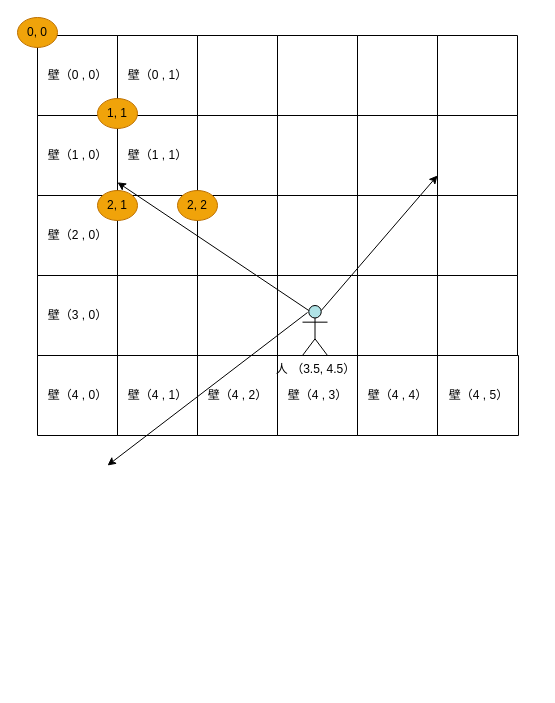
This is page "ページ2" (2 of 2) of cub3d.drawio from shmorish/cub3d, a draw.io file, before an edit. Source tidied: cells renumbered, new cells numbered last; positions are measured from the earlier drawing's top-left corner, leaving out a move shared by most shapes. Both pictures are drawn from the tidied source at 100%, with x=0, y=0 at pixel (17, 17).
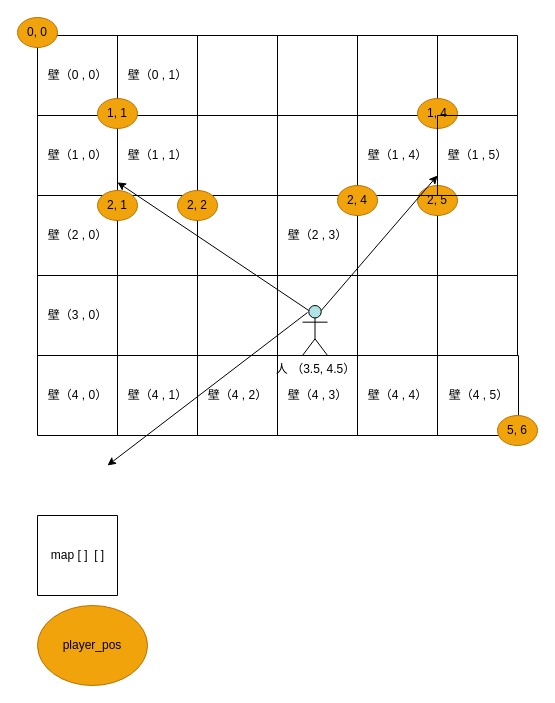
After the change.

The change refers to these unchanged cells:
```xml
<mxCell id="18" style="swimlane;startSize=0;" parent="1" vertex="1">
  <mxGeometry x="260" y="178" width="80" height="80" as="geometry" />
</mxCell>
<mxCell id="26" style="swimlane;startSize=0;" parent="25" vertex="1">
  <mxGeometry y="-80" width="80" height="80" as="geometry" />
</mxCell>
<mxCell id="28" style="swimlane;startSize=0;" parent="1" vertex="1">
  <mxGeometry x="340" y="98" width="80" height="80" as="geometry" />
</mxCell>
<mxCell id="29" style="swimlane;startSize=0;" parent="1" vertex="1">
  <mxGeometry x="420" y="18" width="80" height="80" as="geometry" />
</mxCell>
<mxCell id="30" style="swimlane;startSize=0;" parent="1" vertex="1">
  <mxGeometry x="420" y="98" width="80" height="80" as="geometry" />
</mxCell>
```

The edit, as a diff of the source:
```diff
@@
+    <mxCell id="51" value="壁（2 , 3）" style="text;html=1;align=center;verticalAlign=middle;strokeColor=none;fillColor=none;" parent="18" vertex="1">
+      <mxGeometry y="25" width="80" height="30" as="geometry" />
+    </mxCell>
@@
+    <mxCell id="52" value="2, 5" style="ellipse;whiteSpace=wrap;html=1;fillColor=#f0a30a;fontColor=#000000;strokeColor=#BD7000;" parent="26" vertex="1">
+      <mxGeometry x="-20" y="-10" width="40" height="30" as="geometry" />
+    </mxCell>
@@
+    <mxCell id="53" value="2, 4" style="ellipse;whiteSpace=wrap;html=1;fillColor=#f0a30a;fontColor=#000000;strokeColor=#BD7000;" parent="28" vertex="1">
+      <mxGeometry x="-20" y="70" width="40" height="30" as="geometry" />
+    </mxCell>
+    <mxCell id="54" value="壁（1 , 4）" style="text;html=1;align=center;verticalAlign=middle;strokeColor=none;fillColor=none;" parent="28" vertex="1">
+      <mxGeometry y="25" width="80" height="30" as="geometry" />
+    </mxCell>
@@
+    <mxCell id="55" value="1, 4" style="ellipse;whiteSpace=wrap;html=1;fillColor=#f0a30a;fontColor=#000000;strokeColor=#BD7000;" parent="29" vertex="1">
+      <mxGeometry x="-20" y="63" width="40" height="30" as="geometry" />
+    </mxCell>
@@
+    <mxCell id="56" value="壁（1 , 5）" style="text;html=1;align=center;verticalAlign=middle;strokeColor=none;fillColor=none;" parent="30" vertex="1">
+      <mxGeometry y="25" width="80" height="30" as="geometry" />
+    </mxCell>
@@
+    <mxCell id="57" value="5, 6" style="ellipse;whiteSpace=wrap;html=1;fillColor=#f0a30a;fontColor=#000000;strokeColor=#BD7000;" parent="1" vertex="1">
+      <mxGeometry x="480" y="398" width="40" height="30" as="geometry" />
+    </mxCell>
+    <mxCell id="58" style="swimlane;startSize=0;" parent="1" vertex="1">
+      <mxGeometry x="20" y="498" width="80" height="80" as="geometry" />
+    </mxCell>
+    <mxCell id="59" value="map [ ]&amp;nbsp; [ ]" style="text;html=1;align=center;verticalAlign=middle;strokeColor=none;fillColor=none;" parent="58" vertex="1">
+      <mxGeometry y="25" width="80" height="30" as="geometry" />
+    </mxCell>
+    <mxCell id="60" value="player_pos" style="ellipse;whiteSpace=wrap;html=1;fillColor=#f0a30a;fontColor=#000000;strokeColor=#BD7000;" parent="1" vertex="1">
+      <mxGeometry x="20" y="588" width="110" height="80" as="geometry" />
+    </mxCell>
```
